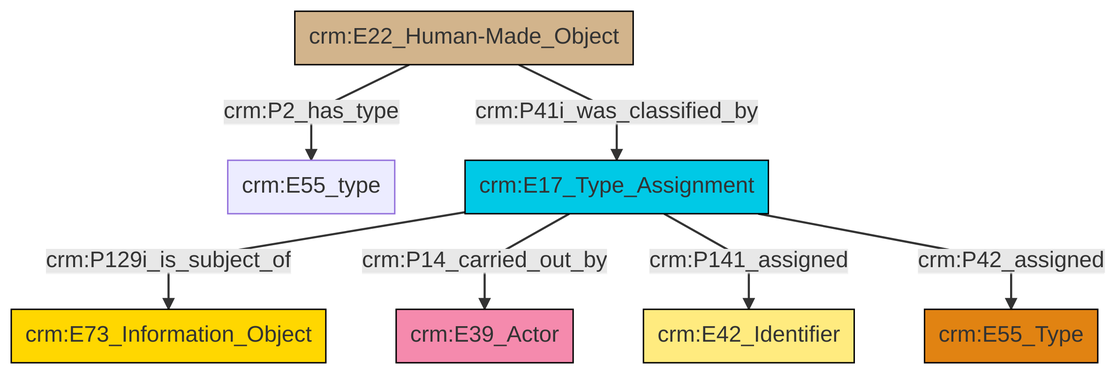
swiss-art-research-net/docs.swissartresearch keeps this Mermaid diagram as et/builtWorkCSV/ttl/mmd/png/Built_Work_designation_status.png. Above is the earlier version. Its source is kept beside it as et/builtWorkCSV/ttl/mmd/Built_Work_designation_status.ttl.mmd. Its diagram source:
```mermaid
graph TD
classDef Literal fill:#f2f2f2,stroke:#000000;
classDef CRM_Entity fill:#FFFFFF,stroke:#000000;
classDef Temporal_Entity fill:#00C9E6, stroke:#000000;
classDef Type fill:#E18312, stroke:#000000;
classDef Time-Span fill:#2C9C91, stroke:#000000;
classDef Appellation fill:#FFEB7F, stroke:#000000;
classDef Place fill:#008836, stroke:#000000;
classDef Persistent_Item fill:#B266B2, stroke:#000000;
classDef Conceptual_Object fill:#FFD700, stroke:#000000;
classDef Physical_Thing fill:#D2B48C, stroke:#000000;
classDef Actor fill:#f58aad, stroke:#000000;
classDef PC_Classes fill:#4ce600, stroke:#000000;
classDef Multi fill:#cccccc,stroke:#000000;

4["crm:E17_Type_Assignment"]:::Temporal_Entity -->|crm:P129i_is_subject_of| 5["crm:E73_Information_Object"]:::Conceptual_Object
4["crm:E17_Type_Assignment"]:::Temporal_Entity -->|crm:P14_carried_out_by| 2["crm:E39_Actor"]:::Actor
8["crm:E22_Human-Made_Object"]:::Physical_Thing -->|crm:P41i_was_classified_by| 4["crm:E17_Type_Assignment"]:::Temporal_Entity
8["crm:E22_Human-Made_Object"]:::Physical_Thing -->|crm:P2_has_type| 0["crm:E55_type"]:::Default
4["crm:E17_Type_Assignment"]:::Temporal_Entity -->|crm:P141_assigned| 6["crm:E42_Identifier"]:::Appellation
4["crm:E17_Type_Assignment"]:::Temporal_Entity -->|crm:P42_assigned| 9["crm:E55_Type"]:::Type
```
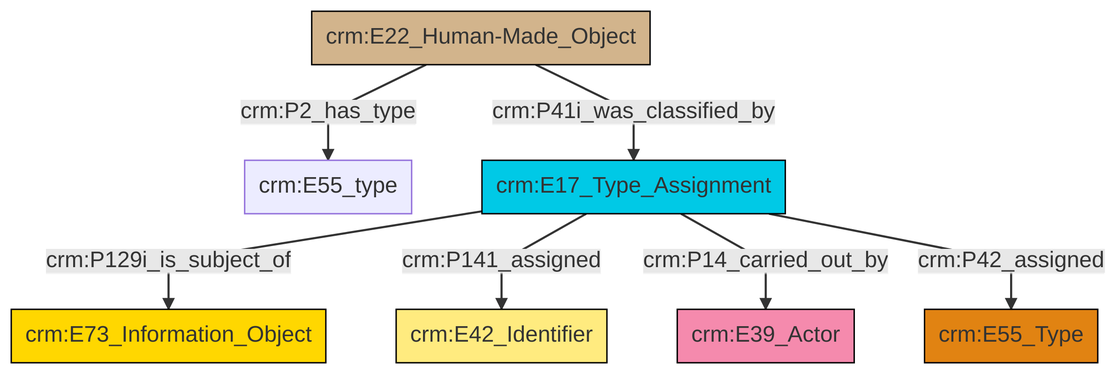
After the change.

What changed in the source:
```diff
@@ -13,9 +13,9 @@
 classDef PC_Classes fill:#4ce600, stroke:#000000;
 classDef Multi fill:#cccccc,stroke:#000000;
 
-4["crm:E17_Type_Assignment"]:::Temporal_Entity -->|crm:P129i_is_subject_of| 5["crm:E73_Information_Object"]:::Conceptual_Object
-4["crm:E17_Type_Assignment"]:::Temporal_Entity -->|crm:P14_carried_out_by| 2["crm:E39_Actor"]:::Actor
-8["crm:E22_Human-Made_Object"]:::Physical_Thing -->|crm:P41i_was_classified_by| 4["crm:E17_Type_Assignment"]:::Temporal_Entity
-8["crm:E22_Human-Made_Object"]:::Physical_Thing -->|crm:P2_has_type| 0["crm:E55_type"]:::Default
-4["crm:E17_Type_Assignment"]:::Temporal_Entity -->|crm:P141_assigned| 6["crm:E42_Identifier"]:::Appellation
-4["crm:E17_Type_Assignment"]:::Temporal_Entity -->|crm:P42_assigned| 9["crm:E55_Type"]:::Type
+6["crm:E22_Human-Made_Object"]:::Physical_Thing -->|crm:P41i_was_classified_by| 7["crm:E17_Type_Assignment"]:::Temporal_Entity
+6["crm:E22_Human-Made_Object"]:::Physical_Thing -->|crm:P2_has_type| 4["crm:E55_type"]:::Default
+7["crm:E17_Type_Assignment"]:::Temporal_Entity -->|crm:P129i_is_subject_of| 0["crm:E73_Information_Object"]:::Conceptual_Object
+7["crm:E17_Type_Assignment"]:::Temporal_Entity -->|crm:P141_assigned| 12["crm:E42_Identifier"]:::Appellation
+7["crm:E17_Type_Assignment"]:::Temporal_Entity -->|crm:P14_carried_out_by| 8["crm:E39_Actor"]:::Actor
+7["crm:E17_Type_Assignment"]:::Temporal_Entity -->|crm:P42_assigned| 2["crm:E55_Type"]:::Type
```
